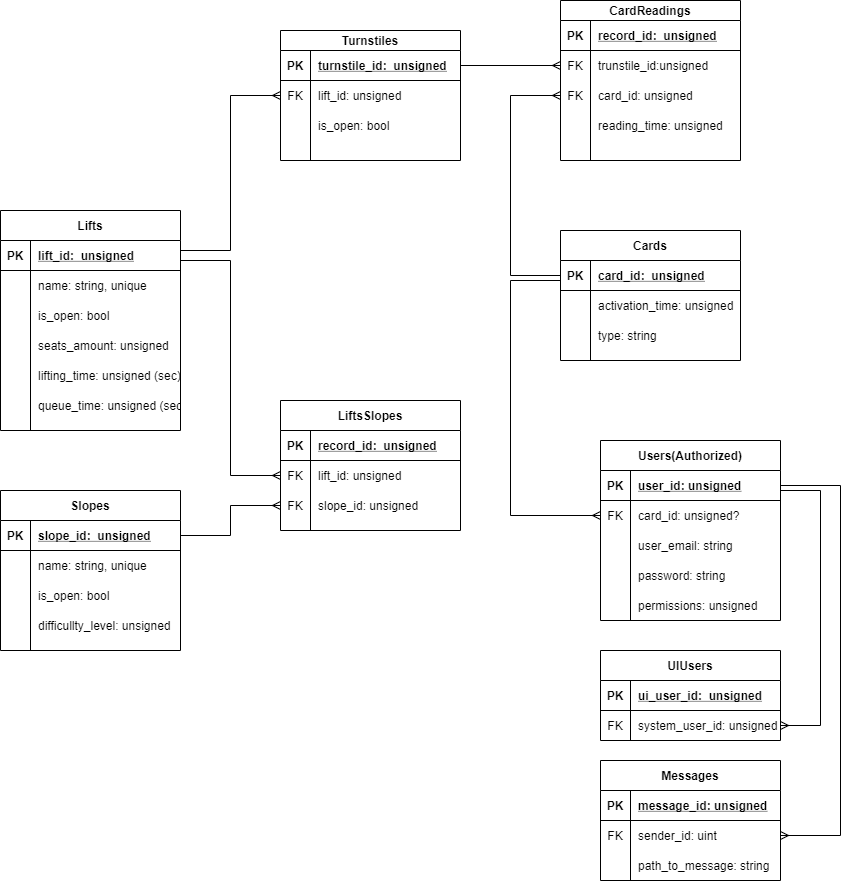
alena-zayts/BMSTU_6sem_software_design keeps this draw.io diagram as docs/imgs/db/db.png. Above is the earlier version. Source tidied: cells renumbered, new cells last; positions are measured from the earlier drawing's top-left corner, leaving out a move shared by most shapes.
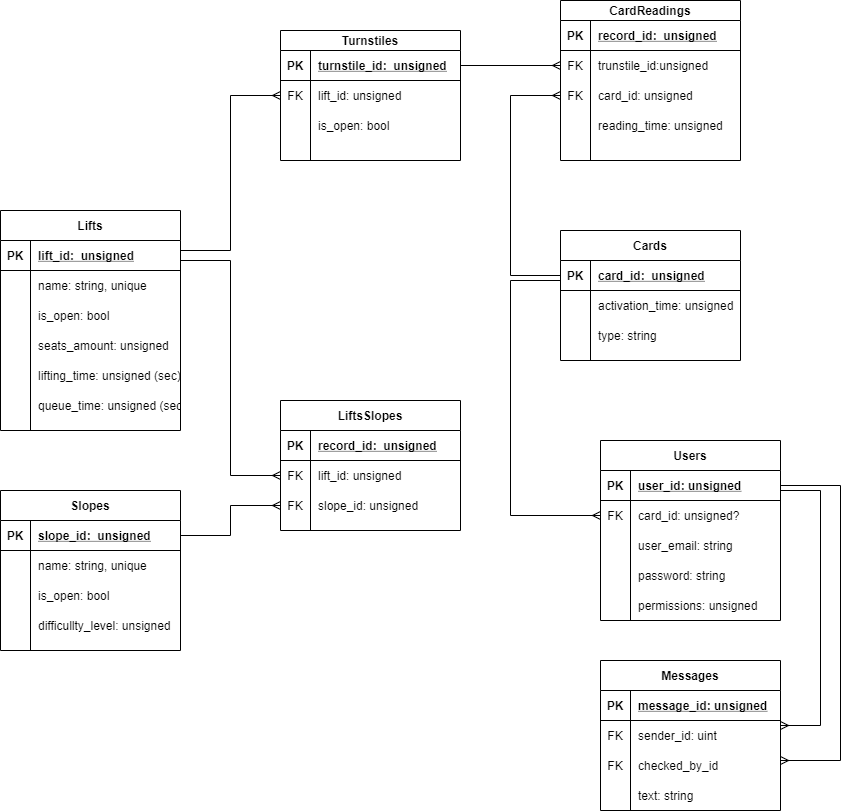
After the commit.

Diff of the diagram source:
```diff
@@ -2,7 +2,7 @@
   <root>
     <mxCell id="0" />
     <mxCell id="1" parent="0" />
-    <mxCell id="2" value="Users(Authorized)" style="shape=table;startSize=30;rowLines=0;fontStyle=1;align=center;" parent="1" vertex="1">
+    <mxCell id="2" value="Users" style="shape=table;startSize=30;rowLines=0;fontStyle=1;align=center;" parent="1" vertex="1">
       <mxGeometry x="600" y="440" width="180" height="180" as="geometry" />
     </mxCell>
     <mxCell id="3" style="shape=partialRectangle;fillColor=none;top=0;left=0;bottom=1;right=0;points=[[0,0.5],[1,0.5]];portConstraint=eastwest;" parent="2" vertex="1">
@@ -321,27 +321,6 @@
         </Array>
       </mxGeometry>
     </mxCell>
-    <mxCell id="99" value="UIUsers" style="shape=table;startSize=30;rowLines=0;fontStyle=1;align=center;" parent="1" vertex="1">
-      <mxGeometry x="600" y="650" width="180" height="90" as="geometry" />
-    </mxCell>
-    <mxCell id="100" style="shape=partialRectangle;fillColor=none;top=0;left=0;bottom=1;right=0;" parent="99" vertex="1">
-      <mxGeometry y="30" width="180" height="30" as="geometry" />
-    </mxCell>
-    <mxCell id="101" value="PK" style="shape=partialRectangle;fillColor=none;top=0;left=0;bottom=0;right=0;fontStyle=1;overflow=hidden;" parent="100" vertex="1">
-      <mxGeometry width="30" height="30" as="geometry" />
-    </mxCell>
-    <mxCell id="102" value="ui_user_id:  unsigned" style="shape=partialRectangle;fillColor=none;top=0;left=0;bottom=0;right=0;align=left;spacingLeft=6;fontStyle=5;overflow=hidden;" parent="100" vertex="1">
-      <mxGeometry x="30" width="150" height="30" as="geometry" />
-    </mxCell>
-    <mxCell id="103" style="shape=partialRectangle;fillColor=none;top=0;left=0;bottom=0;right=0;" parent="99" vertex="1">
-      <mxGeometry y="60" width="180" height="30" as="geometry" />
-    </mxCell>
-    <mxCell id="104" value="FK" style="shape=partialRectangle;fillColor=none;top=0;left=0;bottom=0;right=0;overflow=hidden;" parent="103" vertex="1">
-      <mxGeometry width="30" height="30" as="geometry" />
-    </mxCell>
-    <mxCell id="105" value="system_user_id: unsigned" style="shape=partialRectangle;fillColor=none;top=0;left=0;bottom=0;right=0;align=left;spacingLeft=6;overflow=hidden;" parent="103" vertex="1">
-      <mxGeometry x="30" width="150" height="30" as="geometry" />
-    </mxCell>
     <mxCell id="106" style="edgeStyle=orthogonalEdgeStyle;rounded=0;jettySize=auto;html=1;endArrow=ERmany;endFill=0;" parent="1" edge="1" source="3">
       <mxGeometry relative="1" as="geometry">
         <mxPoint x="780" y="725" as="targetPoint" />
@@ -352,7 +331,7 @@
       </mxGeometry>
     </mxCell>
     <mxCell id="107" value="Messages" style="shape=table;startSize=30;rowLines=0;fontStyle=1;align=center;" parent="1" vertex="1">
-      <mxGeometry x="600" y="760" width="180" height="120" as="geometry" />
+      <mxGeometry x="600" y="660" width="180" height="150" as="geometry" />
     </mxCell>
     <mxCell id="108" style="shape=partialRectangle;fillColor=none;top=0;left=0;bottom=1;right=0;" parent="107" vertex="1">
       <mxGeometry y="30" width="180" height="30" as="geometry" />
@@ -375,17 +354,27 @@
     <mxCell id="114" style="shape=partialRectangle;fillColor=none;top=0;left=0;bottom=0;right=0;" parent="107" vertex="1">
       <mxGeometry y="90" width="180" height="30" as="geometry" />
     </mxCell>
-    <mxCell id="115" style="shape=partialRectangle;fillColor=none;top=0;left=0;bottom=0;right=0;overflow=hidden;" parent="114" vertex="1">
+    <mxCell id="115" value="FK" style="shape=partialRectangle;fillColor=none;top=0;left=0;bottom=0;right=0;overflow=hidden;" parent="114" vertex="1">
       <mxGeometry width="30" height="30" as="geometry" />
     </mxCell>
-    <mxCell id="116" value="path_to_message: string" style="shape=partialRectangle;fillColor=none;top=0;left=0;bottom=0;right=0;align=left;spacingLeft=6;overflow=hidden;" parent="114" vertex="1">
+    <mxCell id="116" value="checked_by_id" style="shape=partialRectangle;fillColor=none;top=0;left=0;bottom=0;right=0;align=left;spacingLeft=6;overflow=hidden;" parent="114" vertex="1">
       <mxGeometry x="30" width="150" height="30" as="geometry" />
     </mxCell>
+    <mxCell id="118" style="shape=partialRectangle;fillColor=none;top=0;left=0;bottom=0;right=0;" parent="107" vertex="1">
+      <mxGeometry y="120" width="180" height="30" as="geometry" />
+    </mxCell>
+    <mxCell id="119" style="shape=partialRectangle;fillColor=none;top=0;left=0;bottom=0;right=0;overflow=hidden;" parent="118" vertex="1">
+      <mxGeometry width="30" height="30" as="geometry" />
+    </mxCell>
+    <mxCell id="120" value="text: string" style="shape=partialRectangle;fillColor=none;top=0;left=0;bottom=0;right=0;align=left;spacingLeft=6;overflow=hidden;" parent="118" vertex="1">
+      <mxGeometry x="30" width="150" height="30" as="geometry" />
+    </mxCell>
-    <mxCell id="117" style="edgeStyle=orthogonalEdgeStyle;rounded=0;jettySize=auto;html=1;entryX=1;entryY=0.5;entryDx=0;entryDy=0;endArrow=ERmany;endFill=0;" parent="1" edge="1" source="3" target="111">
+    <mxCell id="117" style="edgeStyle=orthogonalEdgeStyle;rounded=0;jettySize=auto;html=1;endArrow=ERmany;endFill=0;" parent="1" edge="1" source="3">
       <mxGeometry relative="1" as="geometry">
+        <mxPoint x="780" y="760" as="targetPoint" />
         <Array as="points">
           <mxPoint x="840" y="485" />
-          <mxPoint x="840" y="835" />
+          <mxPoint x="840" y="760" />
         </Array>
       </mxGeometry>
     </mxCell>
```
